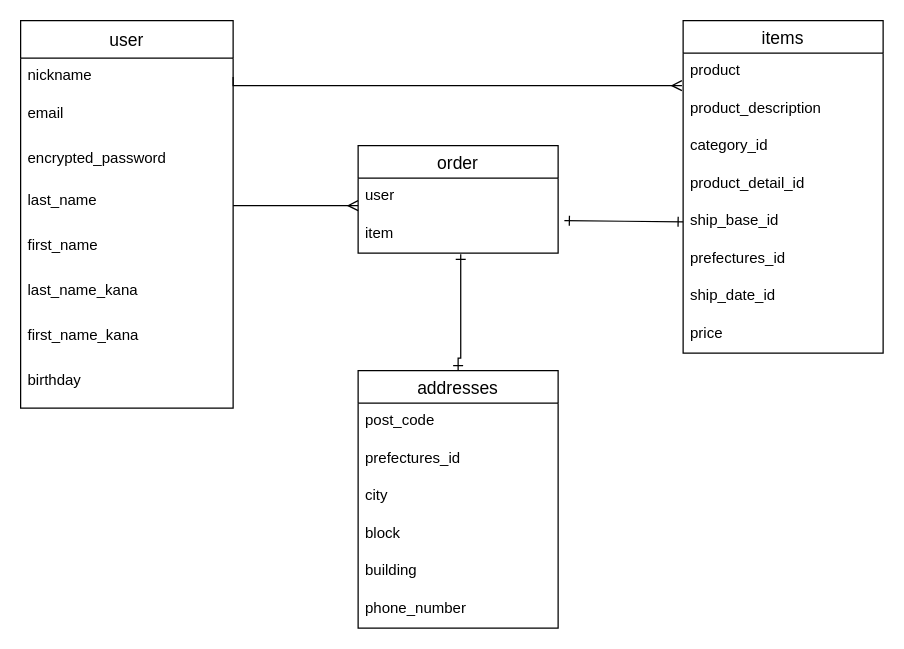
yohikazu-shibuya/furima-34737 keeps this draw.io diagram as test.dio. Above is the earlier version. Source tidied: cells renumbered, new cells numbered last; positions are measured from the earlier drawing's top-left corner, leaving out a move shared by most shapes. Both pictures are drawn from the tidied source at 125%, with x=0, y=0 at pixel (20, 20).
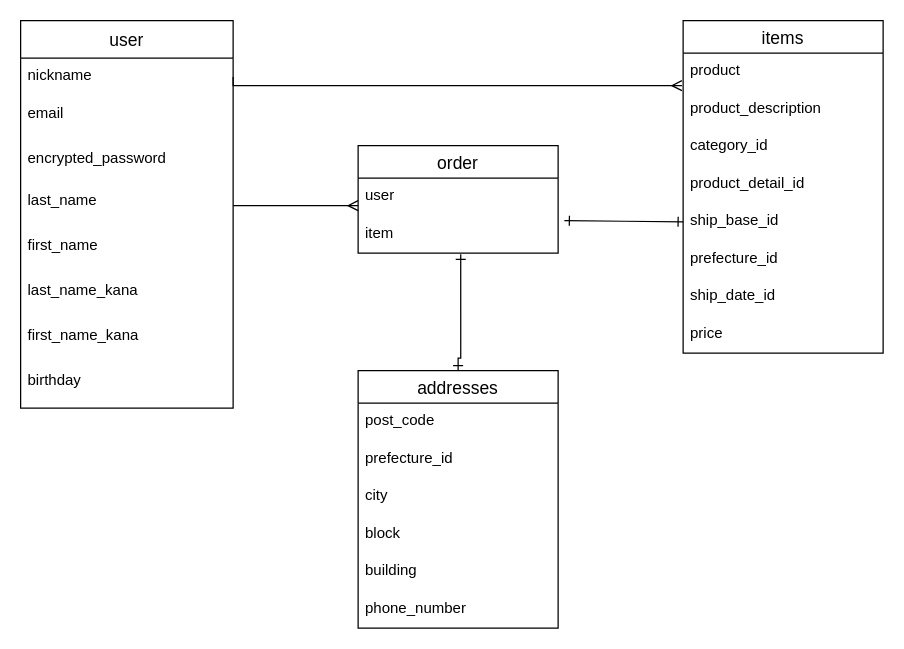
The same page after the edit.

The change refers to these unchanged cells:
```xml
<mxCell id="11" value="items" style="swimlane;fontStyle=0;horizontal=1;startSize=26;align=center;fontSize=14;" parent="1" vertex="1">
  <mxGeometry x="530" width="160" height="266" as="geometry" />
</mxCell>
<mxCell id="24" value="addresses" style="swimlane;fontStyle=0;horizontal=1;startSize=26;align=center;fontSize=14;" parent="1" vertex="1">
  <mxGeometry x="270" y="280" width="160" height="206" as="geometry" />
</mxCell>
```

Diff of the diagram source:
```diff
@@
-    <mxCell id="17" value="prefectures_id" style="text;strokeColor=none;fillColor=none;spacingLeft=4;spacingRight=4;overflow=hidden;fontSize=12;" parent="11" vertex="1">
+    <mxCell id="17" value="prefecture_id" style="text;strokeColor=none;fillColor=none;spacingLeft=4;spacingRight=4;overflow=hidden;fontSize=12;" parent="11" vertex="1">
       <mxGeometry y="176" width="160" height="30" as="geometry" />
     </mxCell>
@@
-    <mxCell id="26" value="prefectures_id" style="text;strokeColor=none;fillColor=none;spacingLeft=4;spacingRight=4;overflow=hidden;fontSize=12;" parent="24" vertex="1">
+    <mxCell id="26" value="prefecture_id" style="text;strokeColor=none;fillColor=none;spacingLeft=4;spacingRight=4;overflow=hidden;fontSize=12;" parent="24" vertex="1">
       <mxGeometry y="56" width="160" height="30" as="geometry" />
     </mxCell>
```
